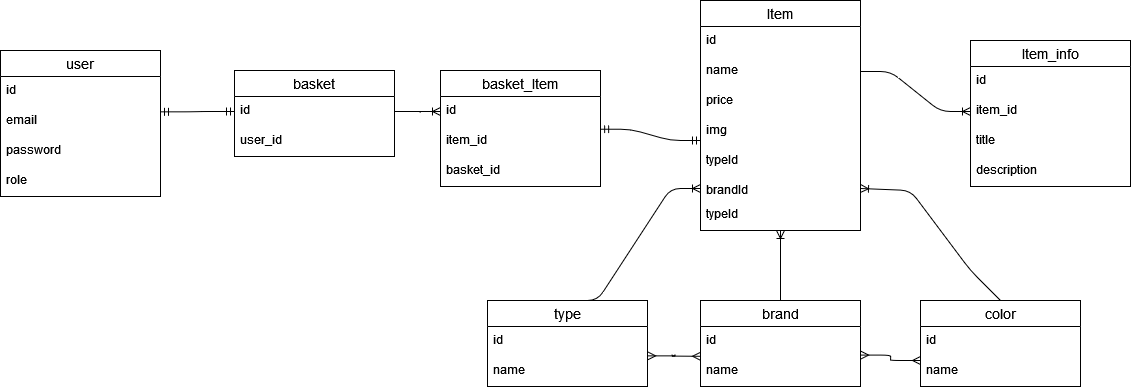
Above: SPO1.drawio.png in DmitriyChvanov/SPO-1 (draw.io), before the change. Source tidied: cells renumbered, new cells last; positions are measured from the earlier drawing's top-left corner, leaving out a move shared by most shapes.
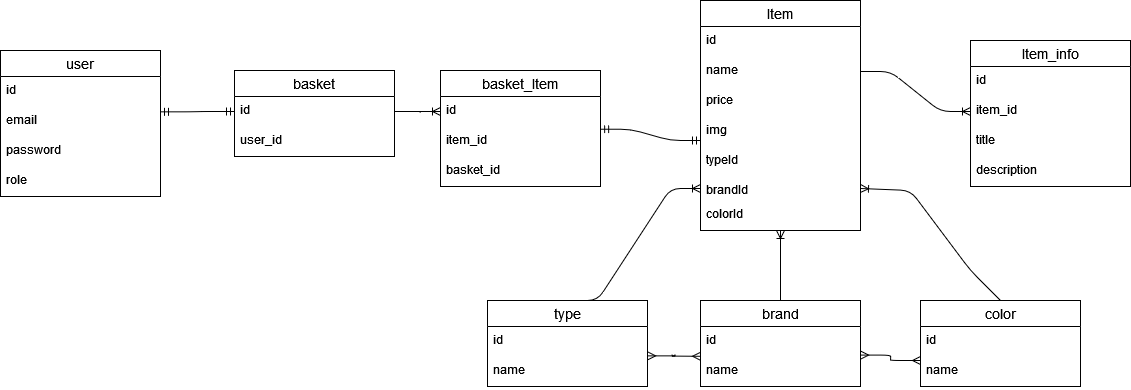
The same diagram one commit later.

What changed in the source:
```diff
@@ -50,7 +50,7 @@
     <mxCell id="17" value="brandId" style="text;strokeColor=none;fillColor=none;spacingLeft=4;spacingRight=4;overflow=hidden;points=[[0,0.5],[1,0.5]];portConstraint=eastwest;fontSize=12;" parent="11" vertex="1">
       <mxGeometry y="176" width="160" height="24" as="geometry" />
     </mxCell>
-    <mxCell id="18" value="typeId" style="text;strokeColor=none;fillColor=none;spacingLeft=4;spacingRight=4;overflow=hidden;fontSize=12;" parent="11" vertex="1">
+    <mxCell id="18" value="colorId" style="text;strokeColor=none;fillColor=none;spacingLeft=4;spacingRight=4;overflow=hidden;fontSize=12;" parent="11" vertex="1">
       <mxGeometry y="200" width="160" height="30" as="geometry" />
     </mxCell>
     <mxCell id="19" value="type" style="swimlane;fontStyle=0;horizontal=1;startSize=26;align=center;fontSize=14;" parent="1" vertex="1">
```
